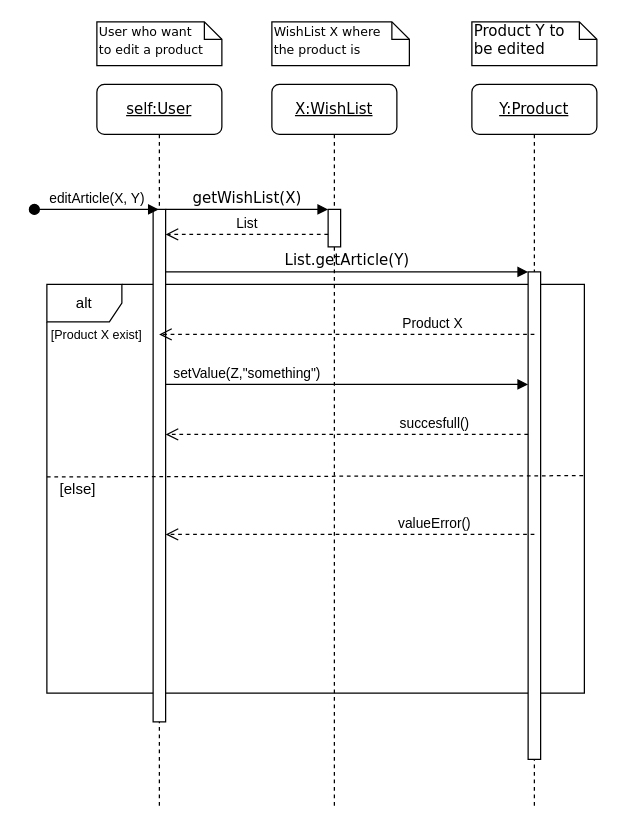
Above: Diagrammes/SequenceDiagrams/editArticle.drawio in NNepper/LSINF1225-2020-GroupeL1.1-WishList (draw.io), before the change. Source tidied: cells renumbered, new cells numbered last; positions are measured from the earlier drawing's top-left corner, leaving out a move shared by most shapes. Both pictures are drawn from the tidied source at 125%, with x=0, y=0 at pixel (34, 21).
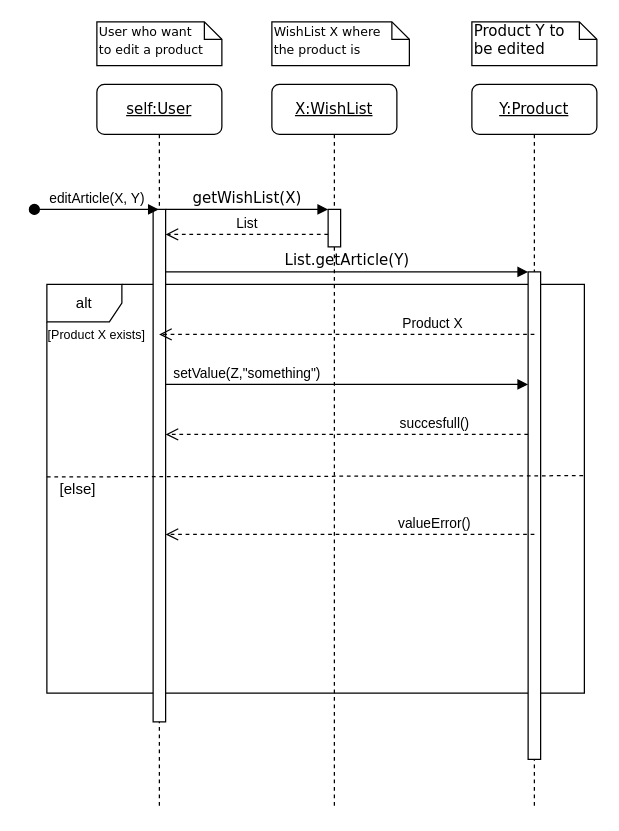
The same diagram, later.

Commit message (it also covers changes not shown here):
Correction faute

What changed in the source:
```diff
@@
-    <mxCell id="19" value="&lt;font style=&quot;font-size: 10px&quot;&gt;[Product X exist]&lt;/font&gt;" style="text;html=1;strokeColor=none;fillColor=none;align=center;verticalAlign=middle;whiteSpace=wrap;rounded=0;" parent="1" vertex="1">
+    <mxCell id="19" value="&lt;font style=&quot;font-size: 10px&quot;&gt;[Product X exists]&lt;/font&gt;" style="text;html=1;strokeColor=none;fillColor=none;align=center;verticalAlign=middle;whiteSpace=wrap;rounded=0;" parent="1" vertex="1">
       <mxGeometry x="10" y="240" width="80" height="20" as="geometry" />
     </mxCell>
```
